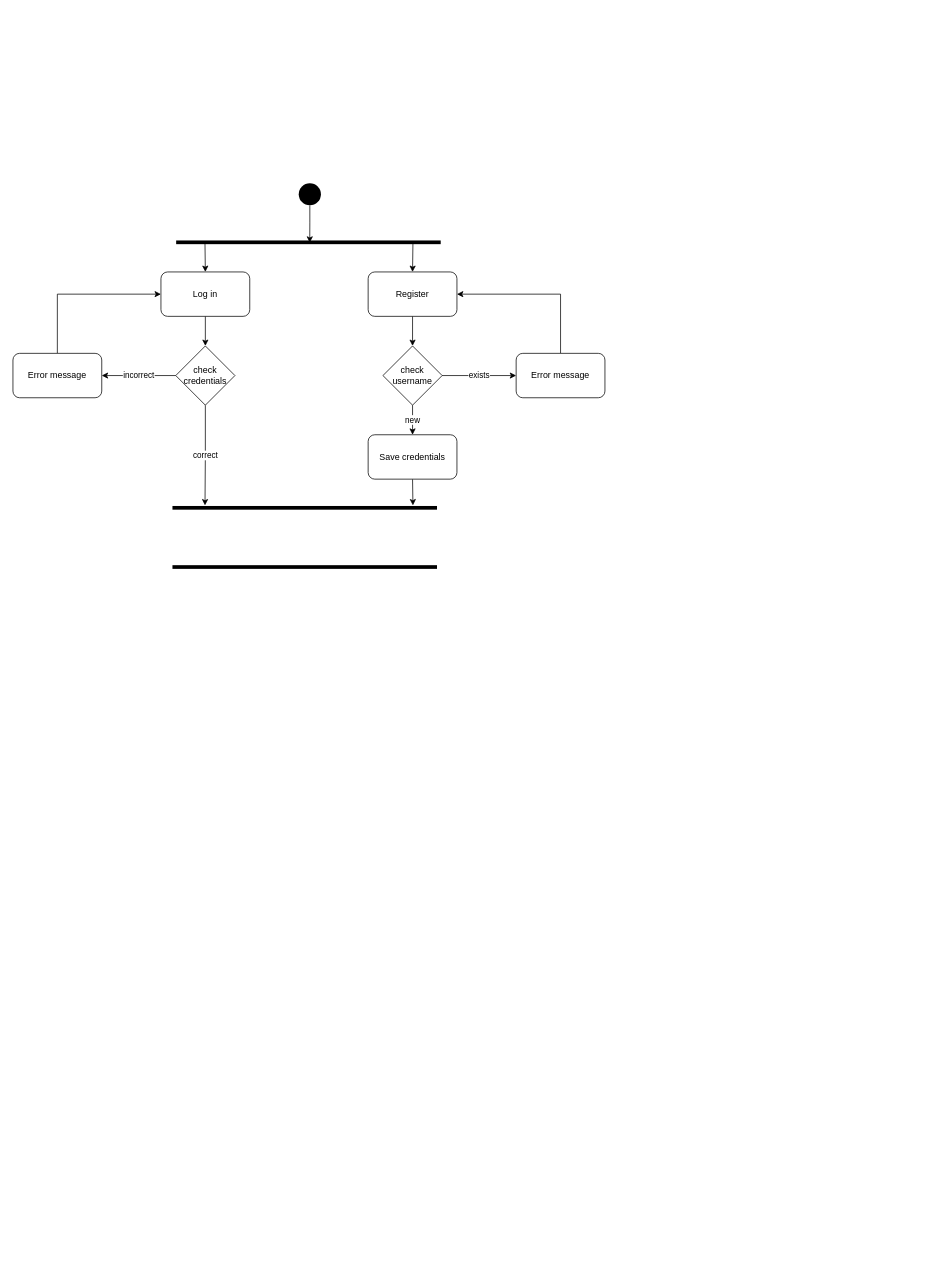
Earlier version of the draw.io diagram page "Activity Diagram 2" (3 of 7) of scenario/scenario_unit_2.drawio (DamoM73/digital-solutions-text). Source tidied: cells renumbered, new cells numbered last; positions are measured from the earlier drawing's top-left corner, leaving out a move shared by most shapes. Both pictures are drawn from the tidied source at 74%, with x=0, y=0 at pixel (13, 110).
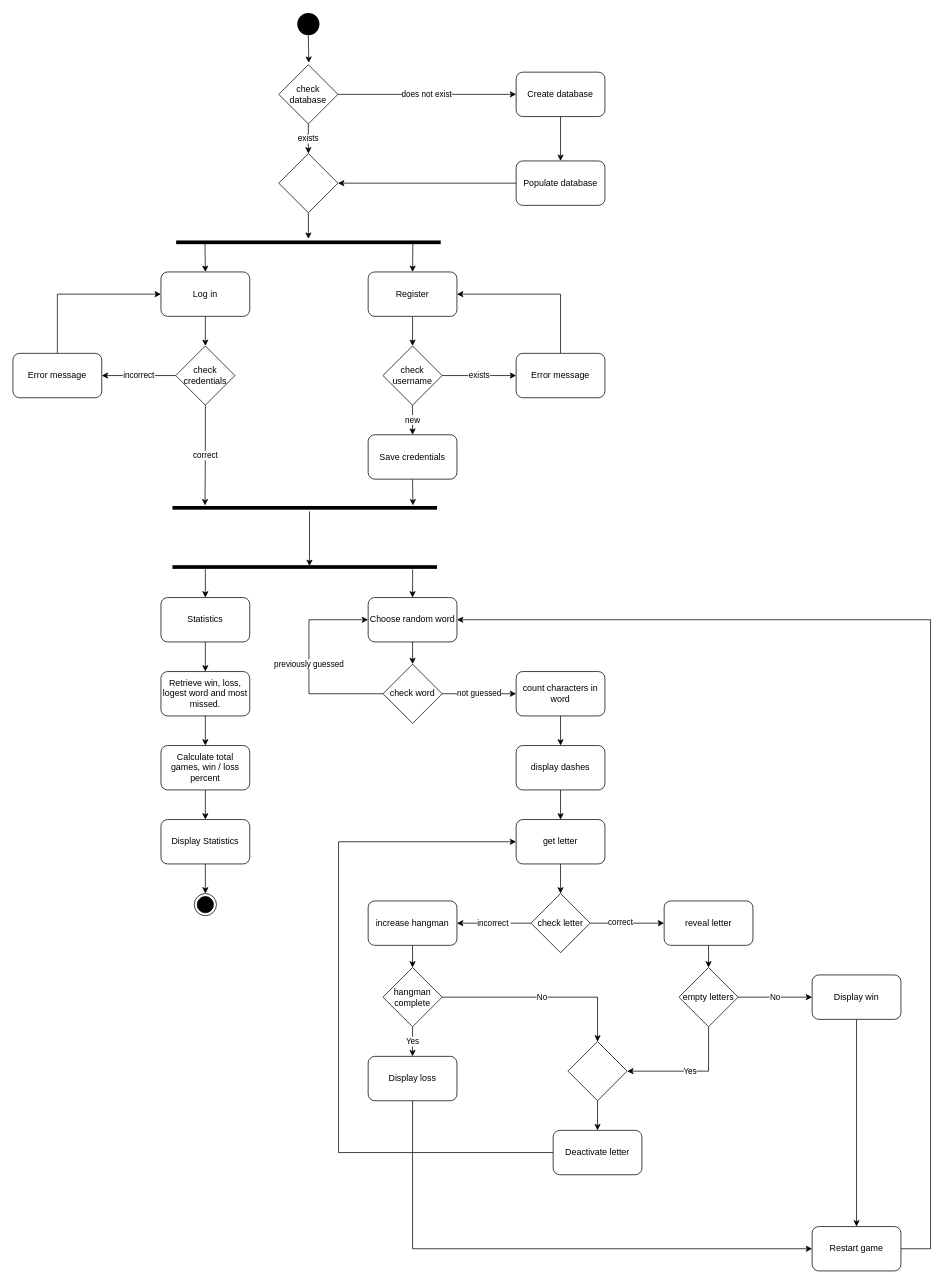
The same page after the edit.

Unchanged cells that the change refers to:
```xml
<mxCell id="4" style="html=1;points=[];perimeter=orthogonalPerimeter;fillColor=#000000;strokeColor=none;rotation=90;" parent="1" vertex="1">
  <mxGeometry x="396.8" y="0.2" width="5" height="357.5" as="geometry" />
</mxCell>
<mxCell id="23" style="html=1;points=[];perimeter=orthogonalPerimeter;fillColor=#000000;strokeColor=none;rotation=90;" parent="1" vertex="1">
  <mxGeometry x="391.8" y="359" width="5" height="357.5" as="geometry" />
</mxCell>
<mxCell id="24" style="html=1;points=[];perimeter=orthogonalPerimeter;fillColor=#000000;strokeColor=none;rotation=90;" parent="1" vertex="1">
  <mxGeometry x="391.8" y="439" width="5" height="357.5" as="geometry" />
</mxCell>
```

What changed in the source:
```diff
@@
-    <mxCell id="2" style="edgeStyle=orthogonalEdgeStyle;rounded=0;jettySize=auto;html=1;exitX=0.5;exitY=1;exitDx=0;exitDy=0;entryX=0.6;entryY=0.495;entryDx=0;entryDy=0;entryPerimeter=0;" parent="1" edge="1" source="3" target="4">
+    <mxCell id="2" style="edgeStyle=orthogonalEdgeStyle;rounded=0;jettySize=auto;html=1;exitX=0.5;exitY=1;exitDx=0;exitDy=0;entryX=-0.433;entryY=0.5;entryDx=0;entryDy=0;entryPerimeter=0;" parent="1" edge="1" source="76" target="4">
       <mxGeometry relative="1" as="geometry" />
     </mxCell>
-    <mxCell id="3" style="ellipse;fillColor=#000000;strokeColor=none;" parent="1" vertex="1">
-      <mxGeometry x="386.2" y="99" width="30" height="30" as="geometry" />
-    </mxCell>
@@
+    <mxCell id="25" style="edgeStyle=orthogonalEdgeStyle;rounded=0;jettySize=auto;html=1;exitX=0.236;exitY=0.482;exitDx=0;exitDy=0;endArrow=none;endFill=0;startArrow=classic;startFill=1;exitPerimeter=0;entryX=1.493;entryY=0.482;entryDx=0;entryDy=0;entryPerimeter=0;" parent="1" edge="1" source="24" target="23">
+      <mxGeometry relative="1" as="geometry" />
+    </mxCell>
+    <mxCell id="26" style="edgeStyle=orthogonalEdgeStyle;rounded=0;jettySize=auto;html=1;" parent="1" edge="1" source="27" target="30">
+      <mxGeometry relative="1" as="geometry" />
+    </mxCell>
+    <mxCell id="27" value="Statistics" style="rounded=1;whiteSpace=wrap;html=1;" parent="1" vertex="1">
+      <mxGeometry x="200" y="659" width="120" height="60" as="geometry" />
+    </mxCell>
+    <mxCell id="28" style="edgeStyle=orthogonalEdgeStyle;rounded=0;jettySize=auto;html=1;entryX=0.5;entryY=0;entryDx=0;entryDy=0;startArrow=none;startFill=0;endArrow=classic;endFill=1;exitX=0.917;exitY=0.871;exitDx=0;exitDy=0;exitPerimeter=0;" parent="1" edge="1" source="24" target="27">
+      <mxGeometry relative="1" as="geometry" />
+    </mxCell>
+    <mxCell id="29" style="edgeStyle=orthogonalEdgeStyle;rounded=0;jettySize=auto;html=1;" parent="1" edge="1" source="30" target="32">
+      <mxGeometry relative="1" as="geometry" />
+    </mxCell>
+    <mxCell id="30" value="Retrieve win, loss, logest word and most missed." style="whiteSpace=wrap;html=1;rounded=1;" parent="1" vertex="1">
+      <mxGeometry x="200" y="759" width="120" height="60" as="geometry" />
+    </mxCell>
+    <mxCell id="31" style="edgeStyle=orthogonalEdgeStyle;rounded=0;jettySize=auto;html=1;" parent="1" edge="1" source="32" target="34">
+      <mxGeometry relative="1" as="geometry" />
+    </mxCell>
+    <mxCell id="32" value="Calculate total games, win / loss percent" style="whiteSpace=wrap;html=1;rounded=1;" parent="1" vertex="1">
+      <mxGeometry x="200" y="859" width="120" height="60" as="geometry" />
+    </mxCell>
+    <mxCell id="33" style="edgeStyle=orthogonalEdgeStyle;rounded=0;jettySize=auto;html=1;exitX=0.5;exitY=1;exitDx=0;exitDy=0;entryX=0.5;entryY=0;entryDx=0;entryDy=0;" parent="1" edge="1" source="34" target="84">
+      <mxGeometry relative="1" as="geometry" />
+    </mxCell>
+    <mxCell id="34" value="Display Statistics" style="whiteSpace=wrap;html=1;rounded=1;" parent="1" vertex="1">
+      <mxGeometry x="200" y="959" width="120" height="60" as="geometry" />
+    </mxCell>
+    <mxCell id="35" value="Choose random word" style="rounded=1;whiteSpace=wrap;html=1;" parent="1" vertex="1">
+      <mxGeometry x="480" y="659" width="120" height="60" as="geometry" />
+    </mxCell>
+    <mxCell id="36" value="incorrect&amp;nbsp;" style="edgeStyle=orthogonalEdgeStyle;rounded=0;orthogonalLoop=1;jettySize=auto;html=1;exitX=0;exitY=0.5;exitDx=0;exitDy=0;entryX=1;entryY=0.5;entryDx=0;entryDy=0;" parent="1" edge="1">
+      <mxGeometry relative="1" as="geometry">
+        <mxPoint x="505" y="1159" as="sourcePoint" />
+      </mxGeometry>
+    </mxCell>
+    <mxCell id="37" style="edgeStyle=orthogonalEdgeStyle;rounded=0;orthogonalLoop=1;jettySize=auto;html=1;exitX=0.5;exitY=1;exitDx=0;exitDy=0;entryX=0;entryY=0.5;entryDx=0;entryDy=0;" parent="1" edge="1">
+      <mxGeometry relative="1" as="geometry">
+        <mxPoint x="890" y="1669" as="targetPoint" />
+      </mxGeometry>
+    </mxCell>
+    <mxCell id="38" style="edgeStyle=orthogonalEdgeStyle;rounded=0;orthogonalLoop=1;jettySize=auto;html=1;exitX=0.5;exitY=1;exitDx=0;exitDy=0;entryX=0.5;entryY=0;entryDx=0;entryDy=0;" parent="1" edge="1">
+      <mxGeometry relative="1" as="geometry">
+        <mxPoint x="540" y="1529" as="targetPoint" />
+      </mxGeometry>
+    </mxCell>
+    <mxCell id="39" style="edgeStyle=orthogonalEdgeStyle;rounded=0;jettySize=auto;html=1;entryX=0.5;entryY=0;entryDx=0;entryDy=0;startArrow=none;startFill=0;endArrow=classic;endFill=1;exitX=1.15;exitY=0.092;exitDx=0;exitDy=0;exitPerimeter=0;" parent="1" edge="1" source="24" target="35">
+      <mxGeometry relative="1" as="geometry" />
+    </mxCell>
+    <mxCell id="40" value="previously guessed" style="edgeStyle=orthogonalEdgeStyle;rounded=0;jettySize=auto;html=1;exitX=0;exitY=0.5;exitDx=0;exitDy=0;entryX=0;entryY=0.5;entryDx=0;entryDy=0;" parent="1" edge="1" source="42" target="35">
+      <mxGeometry relative="1" as="geometry">
+        <Array as="points">
+          <mxPoint x="400" y="789" />
+          <mxPoint x="400" y="689" />
+        </Array>
+      </mxGeometry>
+    </mxCell>
+    <mxCell id="41" value="not guessed" style="edgeStyle=orthogonalEdgeStyle;rounded=0;jettySize=auto;html=1;exitX=1;exitY=0.5;exitDx=0;exitDy=0;entryX=0;entryY=0.5;entryDx=0;entryDy=0;" parent="1" edge="1" source="42" target="45">
+      <mxGeometry relative="1" as="geometry" />
+    </mxCell>
+    <mxCell id="42" value="check word" style="rhombus;whiteSpace=wrap;html=1;" parent="1" vertex="1">
+      <mxGeometry x="500" y="749" width="80" height="80" as="geometry" />
+    </mxCell>
+    <mxCell id="43" style="edgeStyle=orthogonalEdgeStyle;rounded=0;jettySize=auto;html=1;exitX=0.5;exitY=1;exitDx=0;exitDy=0;entryX=0.5;entryY=0;entryDx=0;entryDy=0;" parent="1" edge="1" source="35" target="42">
+      <mxGeometry relative="1" as="geometry" />
+    </mxCell>
+    <mxCell id="44" style="edgeStyle=orthogonalEdgeStyle;rounded=0;jettySize=auto;html=1;exitX=0.5;exitY=1;exitDx=0;exitDy=0;entryX=0.5;entryY=0;entryDx=0;entryDy=0;" parent="1" edge="1" source="45" target="47">
+      <mxGeometry relative="1" as="geometry" />
+    </mxCell>
+    <mxCell id="45" value="count characters in word" style="rounded=1;whiteSpace=wrap;html=1;" parent="1" vertex="1">
+      <mxGeometry x="680" y="759" width="120" height="60" as="geometry" />
+    </mxCell>
+    <mxCell id="46" style="edgeStyle=orthogonalEdgeStyle;rounded=0;jettySize=auto;html=1;exitX=0.5;exitY=1;exitDx=0;exitDy=0;" parent="1" edge="1" source="47" target="49">
+      <mxGeometry relative="1" as="geometry" />
+    </mxCell>
+    <mxCell id="47" value="display dashes" style="rounded=1;whiteSpace=wrap;html=1;" parent="1" vertex="1">
+      <mxGeometry x="680" y="859" width="120" height="60" as="geometry" />
+    </mxCell>
+    <mxCell id="48" style="edgeStyle=orthogonalEdgeStyle;rounded=0;jettySize=auto;html=1;exitX=0.5;exitY=1;exitDx=0;exitDy=0;entryX=0.5;entryY=0;entryDx=0;entryDy=0;" parent="1" edge="1" source="49" target="53">
+      <mxGeometry relative="1" as="geometry" />
+    </mxCell>
+    <mxCell id="49" value="get letter" style="rounded=1;whiteSpace=wrap;html=1;" parent="1" vertex="1">
+      <mxGeometry x="680" y="959" width="120" height="60" as="geometry" />
+    </mxCell>
+    <mxCell id="50" style="edgeStyle=orthogonalEdgeStyle;rounded=0;jettySize=auto;html=1;exitX=1;exitY=0.5;exitDx=0;exitDy=0;entryX=0;entryY=0.5;entryDx=0;entryDy=0;" parent="1" edge="1" source="53" target="55">
+      <mxGeometry relative="1" as="geometry" />
+    </mxCell>
+    <mxCell id="51" value="correct" style="edgeLabel;html=1;align=center;verticalAlign=middle;" parent="50" vertex="1">
+      <mxGeometry x="-0.2" y="2" relative="1" as="geometry" />
+    </mxCell>
+    <mxCell id="52" value="incorrect&amp;nbsp;" style="edgeStyle=orthogonalEdgeStyle;rounded=0;jettySize=auto;html=1;exitX=0;exitY=0.5;exitDx=0;exitDy=0;entryX=1;entryY=0.5;entryDx=0;entryDy=0;" parent="1" edge="1" source="53" target="62">
+      <mxGeometry relative="1" as="geometry" />
+    </mxCell>
+    <mxCell id="53" value="check letter" style="rhombus;whiteSpace=wrap;html=1;" parent="1" vertex="1">
+      <mxGeometry x="700" y="1059" width="80" height="80" as="geometry" />
+    </mxCell>
+    <mxCell id="54" style="edgeStyle=orthogonalEdgeStyle;rounded=0;jettySize=auto;html=1;exitX=0.5;exitY=1;exitDx=0;exitDy=0;entryX=0.5;entryY=0;entryDx=0;entryDy=0;" parent="1" edge="1" source="55" target="58">
+      <mxGeometry relative="1" as="geometry" />
+    </mxCell>
+    <mxCell id="55" value="reveal letter" style="rounded=1;whiteSpace=wrap;html=1;" parent="1" vertex="1">
+      <mxGeometry x="880" y="1069" width="120" height="60" as="geometry" />
+    </mxCell>
+    <mxCell id="56" value="No" style="edgeStyle=orthogonalEdgeStyle;rounded=0;jettySize=auto;html=1;exitX=1;exitY=0.5;exitDx=0;exitDy=0;entryX=0;entryY=0.5;entryDx=0;entryDy=0;" parent="1" edge="1" source="58" target="60">
+      <mxGeometry relative="1" as="geometry" />
+    </mxCell>
+    <mxCell id="57" value="Yes" style="edgeStyle=orthogonalEdgeStyle;rounded=0;jettySize=auto;html=1;exitX=0.5;exitY=1;exitDx=0;exitDy=0;entryX=1;entryY=0.5;entryDx=0;entryDy=0;" parent="1" edge="1" source="58" target="70">
+      <mxGeometry relative="1" as="geometry" />
+    </mxCell>
+    <mxCell id="58" value="empty letters" style="rhombus;whiteSpace=wrap;html=1;" parent="1" vertex="1">
+      <mxGeometry x="900" y="1159" width="80" height="80" as="geometry" />
+    </mxCell>
+    <mxCell id="59" style="edgeStyle=orthogonalEdgeStyle;rounded=0;jettySize=auto;html=1;exitX=0.5;exitY=1;exitDx=0;exitDy=0;entryX=0.5;entryY=0;entryDx=0;entryDy=0;" parent="1" edge="1" source="60" target="73">
+      <mxGeometry relative="1" as="geometry" />
+    </mxCell>
+    <mxCell id="60" value="Display win" style="rounded=1;whiteSpace=wrap;html=1;" parent="1" vertex="1">
+      <mxGeometry x="1080" y="1169" width="120" height="60" as="geometry" />
+    </mxCell>
+    <mxCell id="61" style="edgeStyle=orthogonalEdgeStyle;rounded=0;jettySize=auto;html=1;exitX=0.5;exitY=1;exitDx=0;exitDy=0;entryX=0.5;entryY=0;entryDx=0;entryDy=0;" parent="1" edge="1" source="62" target="65">
+      <mxGeometry relative="1" as="geometry" />
+    </mxCell>
+    <mxCell id="62" value="increase hangman" style="rounded=1;whiteSpace=wrap;html=1;" parent="1" vertex="1">
+      <mxGeometry x="480" y="1069" width="120" height="60" as="geometry" />
+    </mxCell>
+    <mxCell id="63" value="No" style="edgeStyle=orthogonalEdgeStyle;rounded=0;jettySize=auto;html=1;exitX=1;exitY=0.5;exitDx=0;exitDy=0;entryX=0.5;entryY=0;entryDx=0;entryDy=0;" parent="1" edge="1" source="65" target="70">
+      <mxGeometry relative="1" as="geometry" />
+    </mxCell>
+    <mxCell id="64" value="Yes" style="edgeStyle=orthogonalEdgeStyle;rounded=0;jettySize=auto;html=1;exitX=0.5;exitY=1;exitDx=0;exitDy=0;entryX=0.5;entryY=0;entryDx=0;entryDy=0;" parent="1" edge="1" source="65" target="71">
+      <mxGeometry relative="1" as="geometry" />
+    </mxCell>
+    <mxCell id="65" value="hangman complete" style="rhombus;whiteSpace=wrap;html=1;" parent="1" vertex="1">
+      <mxGeometry x="500" y="1159" width="80" height="80" as="geometry" />
+    </mxCell>
+    <mxCell id="66" style="edgeStyle=orthogonalEdgeStyle;rounded=0;jettySize=auto;html=1;exitX=0;exitY=0.5;exitDx=0;exitDy=0;entryX=0;entryY=0.5;entryDx=0;entryDy=0;" parent="1" edge="1" source="68" target="49">
+      <mxGeometry relative="1" as="geometry">
+        <Array as="points">
+          <mxPoint x="440" y="1409" />
+          <mxPoint x="440" y="989" />
+        </Array>
+      </mxGeometry>
+    </mxCell>
+    <mxCell id="67" style="edgeStyle=orthogonalEdgeStyle;rounded=0;jettySize=auto;html=1;exitX=0.5;exitY=1;exitDx=0;exitDy=0;entryX=0;entryY=0.5;entryDx=0;entryDy=0;" parent="1" edge="1" source="71" target="73">
+      <mxGeometry relative="1" as="geometry" />
+    </mxCell>
+    <mxCell id="68" value="Deactivate letter" style="rounded=1;whiteSpace=wrap;html=1;" parent="1" vertex="1">
+      <mxGeometry x="730" y="1379" width="120" height="60" as="geometry" />
+    </mxCell>
+    <mxCell id="69" style="edgeStyle=orthogonalEdgeStyle;rounded=0;jettySize=auto;html=1;exitX=0.5;exitY=1;exitDx=0;exitDy=0;entryX=0.5;entryY=0;entryDx=0;entryDy=0;" parent="1" edge="1" source="70" target="68">
+      <mxGeometry relative="1" as="geometry" />
+    </mxCell>
+    <mxCell id="70" style="rhombus;whiteSpace=wrap;html=1;" parent="1" vertex="1">
+      <mxGeometry x="750" y="1259" width="80" height="80" as="geometry" />
+    </mxCell>
+    <mxCell id="71" value="Display loss" style="rounded=1;whiteSpace=wrap;html=1;" parent="1" vertex="1">
+      <mxGeometry x="480" y="1279" width="120" height="60" as="geometry" />
+    </mxCell>
+    <mxCell id="72" style="edgeStyle=orthogonalEdgeStyle;rounded=0;jettySize=auto;html=1;exitX=1;exitY=0.5;exitDx=0;exitDy=0;entryX=1;entryY=0.5;entryDx=0;entryDy=0;" parent="1" edge="1" source="73" target="35">
+      <mxGeometry relative="1" as="geometry">
+        <Array as="points">
+          <mxPoint x="1240" y="1539" />
+          <mxPoint x="1240" y="689" />
+        </Array>
+      </mxGeometry>
+    </mxCell>
+    <mxCell id="73" value="Restart game" style="rounded=1;whiteSpace=wrap;html=1;" parent="1" vertex="1">
+      <mxGeometry x="1080" y="1509" width="120" height="60" as="geometry" />
+    </mxCell>
+    <mxCell id="74" style="edgeStyle=orthogonalEdgeStyle;rounded=0;jettySize=auto;html=1;exitX=0.5;exitY=1;exitDx=0;exitDy=0;entryX=0.507;entryY=-0.032;entryDx=0;entryDy=0;entryPerimeter=0;" parent="1" edge="1" source="75" target="79">
+      <mxGeometry relative="1" as="geometry" />
+    </mxCell>
+    <mxCell id="75" style="ellipse;fillColor=#000000;strokeColor=none;" parent="1" vertex="1">
+      <mxGeometry x="384.2" y="-131" width="30" height="30" as="geometry" />
+    </mxCell>
+    <mxCell id="76" style="rhombus;whiteSpace=wrap;html=1;" parent="1" vertex="1">
+      <mxGeometry x="359.2" y="59" width="80" height="80" as="geometry" />
+    </mxCell>
+    <mxCell id="77" value="exists" style="edgeStyle=orthogonalEdgeStyle;rounded=0;jettySize=auto;html=1;exitX=0.5;exitY=1;exitDx=0;exitDy=0;entryX=0.5;entryY=0;entryDx=0;entryDy=0;" parent="1" edge="1" source="79" target="76">
+      <mxGeometry relative="1" as="geometry" />
+    </mxCell>
+    <mxCell id="78" value="does not exist" style="edgeStyle=orthogonalEdgeStyle;rounded=0;jettySize=auto;html=1;exitX=1;exitY=0.5;exitDx=0;exitDy=0;entryX=0;entryY=0.5;entryDx=0;entryDy=0;" parent="1" edge="1" source="79" target="81">
+      <mxGeometry relative="1" as="geometry" />
+    </mxCell>
+    <mxCell id="79" value="check database" style="rhombus;whiteSpace=wrap;html=1;" parent="1" vertex="1">
+      <mxGeometry x="359.2" y="-61" width="80" height="80" as="geometry" />
+    </mxCell>
+    <mxCell id="80" style="edgeStyle=orthogonalEdgeStyle;rounded=0;jettySize=auto;html=1;exitX=0.5;exitY=1;exitDx=0;exitDy=0;entryX=0.5;entryY=0;entryDx=0;entryDy=0;" parent="1" edge="1" source="81" target="83">
+      <mxGeometry relative="1" as="geometry" />
+    </mxCell>
+    <mxCell id="81" value="Create database" style="rounded=1;whiteSpace=wrap;html=1;" parent="1" vertex="1">
+      <mxGeometry x="680" y="-51" width="120" height="60" as="geometry" />
+    </mxCell>
+    <mxCell id="82" style="edgeStyle=orthogonalEdgeStyle;rounded=0;jettySize=auto;html=1;exitX=0;exitY=0.5;exitDx=0;exitDy=0;entryX=1;entryY=0.5;entryDx=0;entryDy=0;" parent="1" edge="1" source="83" target="76">
+      <mxGeometry relative="1" as="geometry" />
+    </mxCell>
+    <mxCell id="83" value="Populate database" style="rounded=1;whiteSpace=wrap;html=1;" parent="1" vertex="1">
+      <mxGeometry x="680" y="69" width="120" height="60" as="geometry" />
+    </mxCell>
+    <mxCell id="84" style="ellipse;html=1;shape=endState;fillColor=#000000;strokeColor=#000000;" parent="1" vertex="1">
+      <mxGeometry x="245" y="1059" width="30" height="30" as="geometry" />
+    </mxCell>
```
